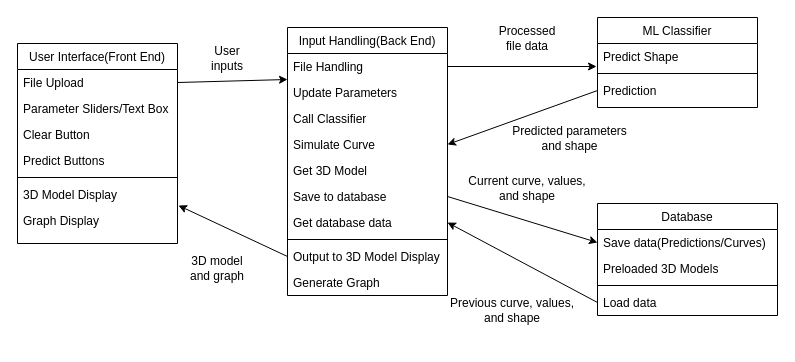
This is Project Planning/Division of Labor.drawio from CSE-4939W-Team-2/SASGUI, a draw.io file, before an edit. Source tidied: cells renumbered, new cells numbered last; positions are measured from the earlier drawing's top-left corner, leaving out a move shared by most shapes. Both pictures are drawn from the tidied source at 100%, with x=0, y=0 at pixel (17, 17).
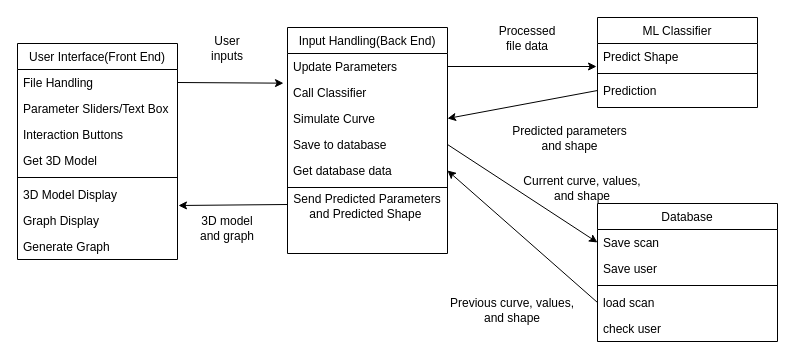
The same page after the edit.

Unchanged cells that the change refers to:
```xml
<mxCell id="8" value="3D Model Display" style="text;align=left;verticalAlign=top;spacingLeft=4;spacingRight=4;overflow=hidden;points=[[0,0.5],[1,0.5]];portConstraint=eastwest;" parent="2" vertex="1">
  <mxGeometry y="138" width="160" height="26" as="geometry" />
</mxCell>
<mxCell id="22" value="Predict Shape" style="text;align=left;verticalAlign=top;spacingLeft=4;spacingRight=4;overflow=hidden;points=[[0,0.5],[1,0.5]];portConstraint=eastwest;" parent="21" vertex="1">
  <mxGeometry y="26" width="160" height="26" as="geometry" />
</mxCell>
```

What changed in the source:
```diff
@@
     <mxCell id="2" value="User Interface(Front End)" style="swimlane;fontStyle=0;align=center;verticalAlign=top;horizontal=1;startSize=26;rounded=0;shadow=0;strokeWidth=1;" parent="1" vertex="1">
-      <mxGeometry y="26" width="160" height="200" as="geometry" />
+      <mxGeometry y="26" width="160" height="216" as="geometry" />
     </mxCell>
-    <mxCell id="3" value="File Upload" style="text;align=left;verticalAlign=top;spacingLeft=4;spacingRight=4;overflow=hidden;points=[[0,0.5],[1,0.5]];portConstraint=eastwest;" parent="2" vertex="1">
+    <mxCell id="3" value="File Handling" style="text;align=left;verticalAlign=top;spacingLeft=4;spacingRight=4;overflow=hidden;points=[[0,0.5],[1,0.5]];portConstraint=eastwest;" parent="2" vertex="1">
       <mxGeometry y="26" width="160" height="26" as="geometry" />
     </mxCell>
@@
-    <mxCell id="5" value="Clear Button" style="text;align=left;verticalAlign=top;spacingLeft=4;spacingRight=4;overflow=hidden;rounded=0;shadow=0;html=0;" parent="2" vertex="1">
+    <mxCell id="5" value="Interaction Buttons" style="text;align=left;verticalAlign=top;spacingLeft=4;spacingRight=4;overflow=hidden;rounded=0;shadow=0;html=0;" parent="2" vertex="1">
       <mxGeometry y="78" width="160" height="26" as="geometry" />
     </mxCell>
-    <mxCell id="6" value="Predict Buttons" style="text;align=left;verticalAlign=top;spacingLeft=4;spacingRight=4;overflow=hidden;" parent="2" vertex="1">
-      <mxGeometry y="104" width="160" height="26" as="geometry" />
-    </mxCell>
+    <mxCell id="15" value="Get 3D Model" style="text;align=left;verticalAlign=top;spacingLeft=4;spacingRight=4;overflow=hidden;rounded=0;shadow=0;html=0;" parent="2" vertex="1">
+      <mxGeometry y="104" width="160" height="26" as="geometry" />
+    </mxCell>
@@
+    <mxCell id="20" value="Generate Graph" style="text;align=left;verticalAlign=top;spacingLeft=4;spacingRight=4;overflow=hidden;rounded=0;shadow=0;html=0;" parent="2" vertex="1">
+      <mxGeometry y="190" width="160" height="26" as="geometry" />
+    </mxCell>
     <mxCell id="10" value="Input Handling(Back End)" style="swimlane;fontStyle=0;align=center;verticalAlign=top;horizontal=1;startSize=26;rounded=0;shadow=0;strokeWidth=1;" parent="1" vertex="1">
-      <mxGeometry x="270" y="10" width="160" height="268" as="geometry" />
+      <mxGeometry x="270" y="10" width="160" height="226" as="geometry" />
     </mxCell>
-    <mxCell id="11" value="File Handling" style="text;align=left;verticalAlign=top;spacingLeft=4;spacingRight=4;overflow=hidden;points=[[0,0.5],[1,0.5]];portConstraint=eastwest;" parent="10" vertex="1">
-      <mxGeometry y="26" width="160" height="26" as="geometry" />
-    </mxCell>
     <mxCell id="12" value="Update Parameters" style="text;align=left;verticalAlign=top;spacingLeft=4;spacingRight=4;overflow=hidden;points=[[0,0.5],[1,0.5]];portConstraint=eastwest;rounded=0;shadow=0;html=0;" parent="10" vertex="1">
-      <mxGeometry y="52" width="160" height="26" as="geometry" />
+      <mxGeometry y="26" width="160" height="26" as="geometry" />
     </mxCell>
     <mxCell id="13" value="Call Classifier" style="text;align=left;verticalAlign=top;spacingLeft=4;spacingRight=4;overflow=hidden;points=[[0,0.5],[1,0.5]];portConstraint=eastwest;rounded=0;shadow=0;html=0;" parent="10" vertex="1">
-      <mxGeometry y="78" width="160" height="26" as="geometry" />
+      <mxGeometry y="52" width="160" height="26" as="geometry" />
     </mxCell>
     <mxCell id="14" value="Simulate Curve" style="text;align=left;verticalAlign=top;spacingLeft=4;spacingRight=4;overflow=hidden;points=[[0,0.5],[1,0.5]];portConstraint=eastwest;rounded=0;shadow=0;html=0;" parent="10" vertex="1">
-      <mxGeometry y="104" width="160" height="26" as="geometry" />
+      <mxGeometry y="78" width="160" height="26" as="geometry" />
     </mxCell>
-    <mxCell id="15" value="Get 3D Model" style="text;align=left;verticalAlign=top;spacingLeft=4;spacingRight=4;overflow=hidden;rounded=0;shadow=0;html=0;" parent="10" vertex="1">
-      <mxGeometry y="130" width="160" height="26" as="geometry" />
-    </mxCell>
     <mxCell id="16" value="Save to database" style="text;align=left;verticalAlign=top;spacingLeft=4;spacingRight=4;overflow=hidden;points=[[0,0.5],[1,0.5]];portConstraint=eastwest;rounded=0;shadow=0;html=0;" parent="10" vertex="1">
-      <mxGeometry y="156" width="160" height="26" as="geometry" />
+      <mxGeometry y="104" width="160" height="26" as="geometry" />
     </mxCell>
     <mxCell id="17" value="Get database data" style="text;align=left;verticalAlign=top;spacingLeft=4;spacingRight=4;overflow=hidden;points=[[0,0.5],[1,0.5]];portConstraint=eastwest;rounded=0;shadow=0;html=0;" parent="10" vertex="1">
-      <mxGeometry y="182" width="160" height="26" as="geometry" />
+      <mxGeometry y="130" width="160" height="26" as="geometry" />
     </mxCell>
     <mxCell id="18" style="line;html=1;strokeWidth=1;align=left;verticalAlign=middle;spacingTop=-1;spacingLeft=3;spacingRight=3;labelPosition=right;" parent="10" vertex="1">
-      <mxGeometry y="208" width="160" height="8" as="geometry" />
+      <mxGeometry y="156" width="160" height="8" as="geometry" />
     </mxCell>
-    <mxCell id="19" value="Output to 3D Model Display" style="text;align=left;verticalAlign=top;spacingLeft=4;spacingRight=4;overflow=hidden;points=[[0,0.5],[1,0.5]];portConstraint=eastwest;rounded=0;shadow=0;html=0;" parent="10" vertex="1">
-      <mxGeometry y="216" width="160" height="26" as="geometry" />
-    </mxCell>
-    <mxCell id="20" value="Generate Graph" style="text;align=left;verticalAlign=top;spacingLeft=4;spacingRight=4;overflow=hidden;rounded=0;shadow=0;html=0;" parent="10" vertex="1">
-      <mxGeometry y="242" width="160" height="26" as="geometry" />
-    </mxCell>
+    <mxCell id="42" value="Send Predicted Parameters and Predicted Shape&amp;nbsp;" style="text;strokeColor=none;align=center;fillColor=none;html=1;verticalAlign=middle;whiteSpace=wrap;rounded=0;" parent="10" vertex="1">
+      <mxGeometry y="164" width="160" height="30" as="geometry" />
+    </mxCell>
@@
     <mxCell id="25" value="Database" style="swimlane;fontStyle=0;align=center;verticalAlign=top;horizontal=1;startSize=26;rounded=0;shadow=0;strokeWidth=1;" parent="1" vertex="1">
-      <mxGeometry x="580" y="186" width="180" height="112" as="geometry" />
+      <mxGeometry x="580" y="186" width="180" height="138" as="geometry" />
     </mxCell>
-    <mxCell id="26" value="Save data(Predictions/Curves)" style="text;align=left;verticalAlign=top;spacingLeft=4;spacingRight=4;overflow=hidden;points=[[0,0.5],[1,0.5]];portConstraint=eastwest;rounded=0;shadow=0;html=0;" parent="25" vertex="1">
+    <mxCell id="26" value="Save scan" style="text;align=left;verticalAlign=top;spacingLeft=4;spacingRight=4;overflow=hidden;points=[[0,0.5],[1,0.5]];portConstraint=eastwest;rounded=0;shadow=0;html=0;" parent="25" vertex="1">
       <mxGeometry y="26" width="180" height="26" as="geometry" />
     </mxCell>
-    <mxCell id="27" value="Preloaded 3D Models" style="text;align=left;verticalAlign=top;spacingLeft=4;spacingRight=4;overflow=hidden;rounded=0;shadow=0;html=0;" parent="25" vertex="1">
-      <mxGeometry y="52" width="180" height="26" as="geometry" />
-    </mxCell>
+    <mxCell id="43" value="Save user" style="text;align=left;verticalAlign=top;spacingLeft=4;spacingRight=4;overflow=hidden;rounded=0;shadow=0;html=0;" parent="25" vertex="1">
+      <mxGeometry y="52" width="180" height="26" as="geometry" />
+    </mxCell>
@@
-    <mxCell id="29" value="Load data" style="text;align=left;verticalAlign=top;spacingLeft=4;spacingRight=4;overflow=hidden;points=[[0,0.5],[1,0.5]];portConstraint=eastwest;rounded=0;shadow=0;html=0;" parent="25" vertex="1">
+    <mxCell id="29" value="load scan" style="text;align=left;verticalAlign=top;spacingLeft=4;spacingRight=4;overflow=hidden;points=[[0,0.5],[1,0.5]];portConstraint=eastwest;rounded=0;shadow=0;html=0;" parent="25" vertex="1">
       <mxGeometry y="86" width="180" height="26" as="geometry" />
     </mxCell>
+    <mxCell id="44" value="check user" style="text;align=left;verticalAlign=top;spacingLeft=4;spacingRight=4;overflow=hidden;rounded=0;shadow=0;html=0;" parent="25" vertex="1">
+      <mxGeometry y="112" width="180" height="26" as="geometry" />
+    </mxCell>
-    <mxCell id="30" style="endArrow=classic;html=1;rounded=0;exitX=1;exitY=0.5;exitDx=0;exitDy=0;entryX=0;entryY=0;entryDx=0;entryDy=0;entryPerimeter=0;" parent="1" edge="1" source="3" target="12">
+    <mxCell id="30" style="endArrow=classic;html=1;rounded=0;exitX=1;exitY=0.5;exitDx=0;exitDy=0;entryX=-0.025;entryY=0.141;entryDx=0;entryDy=0;entryPerimeter=0;" parent="1" edge="1" source="3" target="13">
       <mxGeometry relative="1" as="geometry" />
     </mxCell>
     <mxCell id="31" value="User inputs" style="text;html=1;align=center;verticalAlign=middle;whiteSpace=wrap;rounded=0;" parent="1" vertex="1">
-      <mxGeometry x="180" y="26" width="60" height="30" as="geometry" />
+      <mxGeometry x="180" y="16" width="60" height="30" as="geometry" />
     </mxCell>
-    <mxCell id="32" style="endArrow=classic;html=1;rounded=0;exitX=0;exitY=0.5;exitDx=0;exitDy=0;entryX=1.006;entryY=0.923;entryDx=0;entryDy=0;entryPerimeter=0;" parent="1" edge="1" source="19" target="8">
-      <mxGeometry relative="1" as="geometry" />
+    <mxCell id="32" style="endArrow=classic;html=1;rounded=0;exitX=0;exitY=0.5;exitDx=0;exitDy=0;entryX=1.006;entryY=0.923;entryDx=0;entryDy=0;entryPerimeter=0;" parent="1" edge="1" target="8">
+      <mxGeometry relative="1" as="geometry">
+        <mxPoint x="270" y="187" as="sourcePoint" />
+      </mxGeometry>
     </mxCell>
     <mxCell id="33" value="3D model&lt;br&gt;and graph" style="text;html=1;align=center;verticalAlign=middle;whiteSpace=wrap;rounded=0;" parent="1" vertex="1">
-      <mxGeometry x="170" y="236" width="60" height="30" as="geometry" />
+      <mxGeometry x="180" y="196" width="60" height="30" as="geometry" />
     </mxCell>
-    <mxCell id="34" style="endArrow=classic;html=1;rounded=0;exitX=1;exitY=0.5;exitDx=0;exitDy=0;entryX=-0.006;entryY=0.885;entryDx=0;entryDy=0;entryPerimeter=0;" parent="1" edge="1" source="11" target="22">
-      <mxGeometry relative="1" as="geometry" />
+    <mxCell id="34" style="endArrow=classic;html=1;rounded=0;exitX=1;exitY=0.5;exitDx=0;exitDy=0;entryX=-0.006;entryY=0.885;entryDx=0;entryDy=0;entryPerimeter=0;" parent="1" edge="1" target="22">
+      <mxGeometry relative="1" as="geometry">
+        <mxPoint x="430" y="49" as="sourcePoint" />
+      </mxGeometry>
     </mxCell>
@@
     <mxCell id="39" value="Current curve, values, and shape" style="text;html=1;align=center;verticalAlign=middle;whiteSpace=wrap;rounded=0;" parent="1" vertex="1">
-      <mxGeometry x="445" y="156" width="130" height="30" as="geometry" />
+      <mxGeometry x="500" y="156" width="130" height="30" as="geometry" />
     </mxCell>
```
